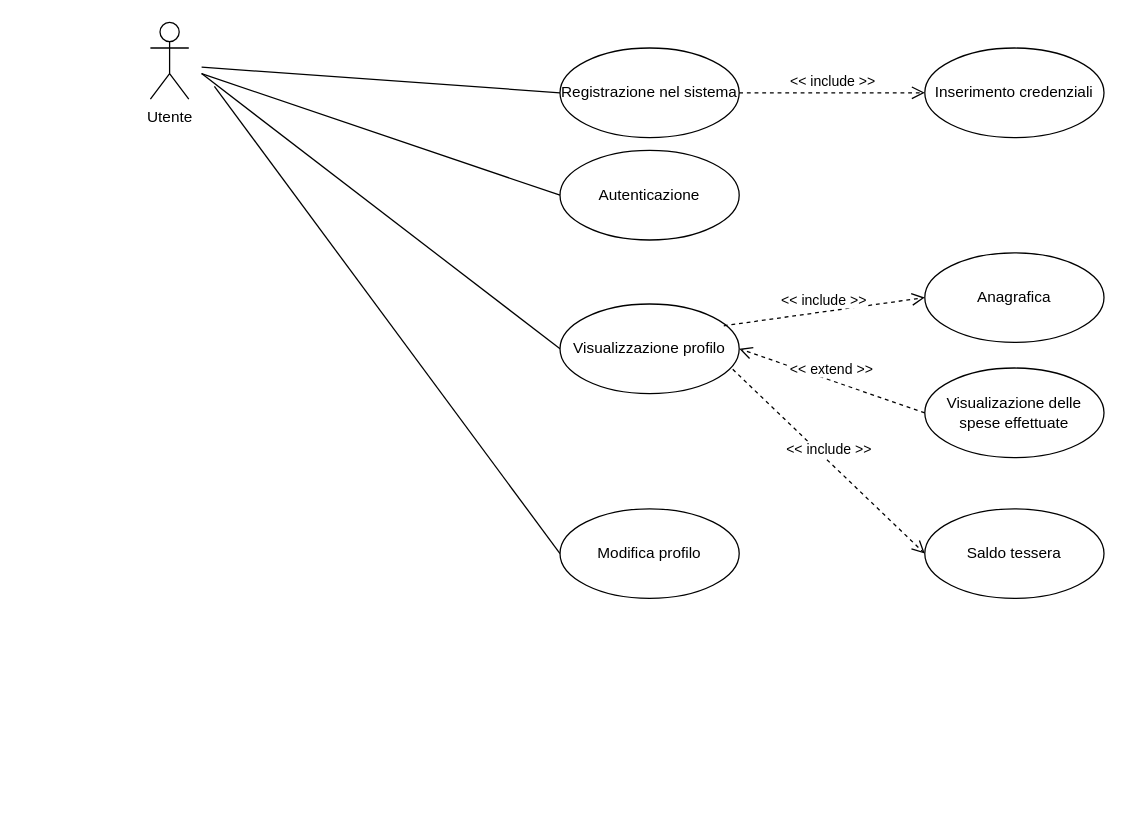
Earlier version of the draw.io diagram UseCaseUtenteGestioneProfilo.drawio (LorenzoMioso/ProgettoIngegneriaDelSoftware). Source tidied: cells renumbered, new cells numbered last; positions are measured from the earlier drawing's top-left corner, leaving out a move shared by most shapes. Both pictures are drawn from the tidied source at 128%, with x=0, y=0 at pixel (150, 22).
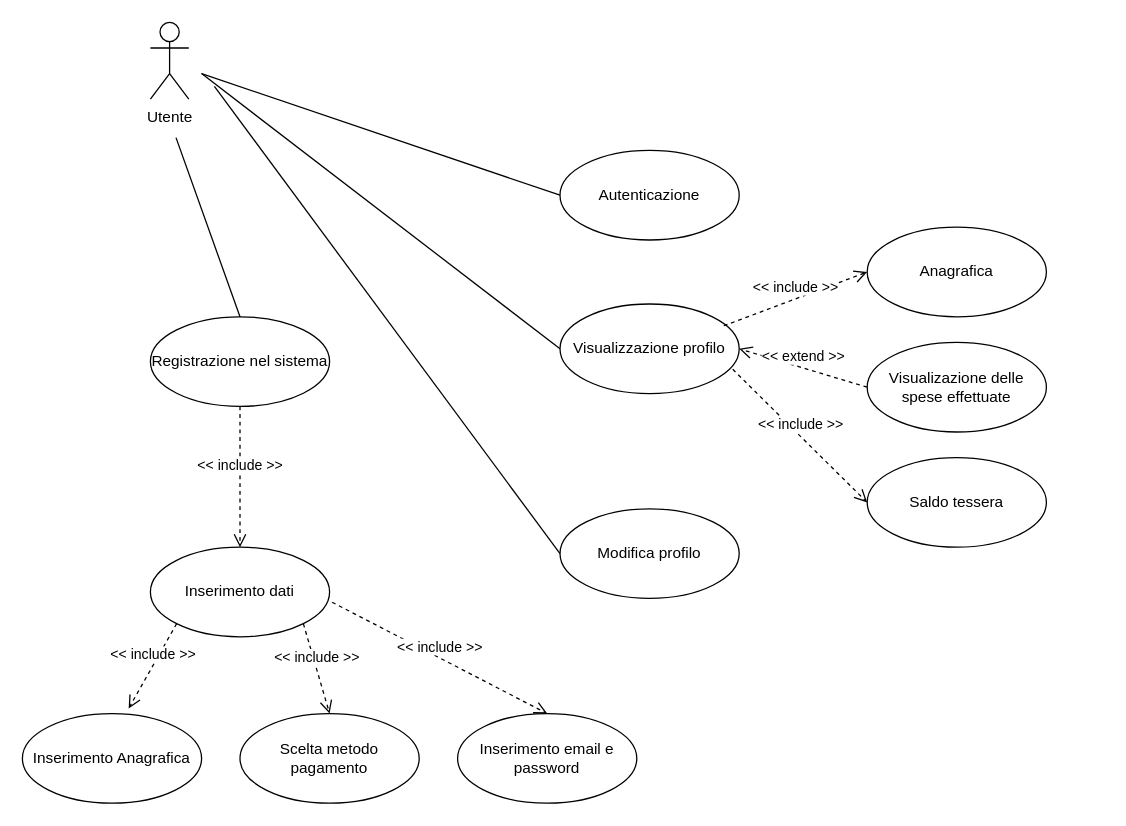
The same diagram, later.

Commit message (it also covers changes not shown here):
aggiornati use case

The edit, as a diff of the source:
```diff
@@
     <mxCell id="2" value="Registrazione nel sistema" style="ellipse;whiteSpace=wrap;html=1;" parent="1" vertex="1">
-      <mxGeometry x="320" y="20" width="140" height="70" as="geometry" />
+      <mxGeometry y="230" width="140" height="70" as="geometry" />
     </mxCell>
@@
     <mxCell id="4" value="Visualizazione delle spese effettuate" style="ellipse;whiteSpace=wrap;html=1;" parent="1" vertex="1">
-      <mxGeometry x="605" y="270" width="140" height="70" as="geometry" />
+      <mxGeometry x="560" y="250" width="140" height="70" as="geometry" />
     </mxCell>
@@
     <mxCell id="7" value="Anagrafica" style="ellipse;whiteSpace=wrap;html=1;" parent="1" vertex="1">
-      <mxGeometry x="605" y="180" width="140" height="70" as="geometry" />
+      <mxGeometry x="560" y="160" width="140" height="70" as="geometry" />
     </mxCell>
     <mxCell id="8" value="Saldo tessera" style="ellipse;whiteSpace=wrap;html=1;" parent="1" vertex="1">
-      <mxGeometry x="605" y="380" width="140" height="70" as="geometry" />
+      <mxGeometry x="560" y="340" width="140" height="70" as="geometry" />
     </mxCell>
@@
-    <mxCell id="11" value="Inserimento credenziali" style="ellipse;whiteSpace=wrap;html=1;" parent="1" vertex="1">
-      <mxGeometry x="605" y="20" width="140" height="70" as="geometry" />
+    <mxCell id="11" value="&lt;div&gt;Inserimento dati&lt;/div&gt;" style="ellipse;whiteSpace=wrap;html=1;" parent="1" vertex="1">
+      <mxGeometry y="410" width="140" height="70" as="geometry" />
     </mxCell>
-    <mxCell id="12" value="&amp;lt;&amp;lt; include &amp;gt;&amp;gt;" style="html=1;verticalAlign=bottom;endArrow=open;dashed=1;endSize=8;entryX=0;entryY=0.5;entryDx=0;entryDy=0;exitX=1;exitY=0.5;exitDx=0;exitDy=0;" parent="1" edge="1" source="2" target="11">
+    <mxCell id="12" value="&amp;lt;&amp;lt; include &amp;gt;&amp;gt;" style="html=1;verticalAlign=bottom;endArrow=open;dashed=1;endSize=8;entryX=0.5;entryY=0;entryDx=0;entryDy=0;exitX=0.5;exitY=1;exitDx=0;exitDy=0;" parent="1" edge="1" source="2" target="11">
       <mxGeometry relative="1" as="geometry" />
     </mxCell>
@@
-    <mxCell id="14" style="endArrow=none;html=1;entryX=0;entryY=0.5;entryDx=0;entryDy=0;" parent="1" edge="1">
+    <mxCell id="14" style="endArrow=none;html=1;entryX=0.5;entryY=0;entryDx=0;entryDy=0;" parent="1" edge="1" target="2">
       <mxGeometry relative="1" as="geometry">
-        <mxPoint x="40" y="35" as="sourcePoint" />
-        <mxPoint x="320" y="55" as="targetPoint" />
+        <mxPoint x="20" y="90" as="sourcePoint" />
       </mxGeometry>
     </mxCell>
@@
+    <mxCell id="19" value="Inserimento Anagrafica" style="ellipse;whiteSpace=wrap;html=1;" parent="1" vertex="1">
+      <mxGeometry x="-100" y="540" width="140" height="70" as="geometry" />
+    </mxCell>
+    <mxCell id="20" value="&lt;div&gt;Scelta metodo pagamento&lt;/div&gt;" style="ellipse;whiteSpace=wrap;html=1;" parent="1" vertex="1">
+      <mxGeometry x="70" y="540" width="140" height="70" as="geometry" />
+    </mxCell>
+    <mxCell id="21" value="&amp;lt;&amp;lt; include &amp;gt;&amp;gt;" style="html=1;verticalAlign=bottom;endArrow=open;dashed=1;endSize=8;entryX=0.593;entryY=-0.057;entryDx=0;entryDy=0;exitX=0;exitY=1;exitDx=0;exitDy=0;entryPerimeter=0;" parent="1" edge="1" source="11" target="19">
+      <mxGeometry relative="1" as="geometry" />
+    </mxCell>
+    <mxCell id="22" value="&amp;lt;&amp;lt; include &amp;gt;&amp;gt;" style="html=1;verticalAlign=bottom;endArrow=open;dashed=1;endSize=8;entryX=0.5;entryY=0;entryDx=0;entryDy=0;exitX=1;exitY=1;exitDx=0;exitDy=0;" parent="1" edge="1" source="11" target="20">
+      <mxGeometry relative="1" as="geometry" />
+    </mxCell>
+    <mxCell id="23" value="&lt;div&gt;Inserimento email e password&lt;/div&gt;" style="ellipse;whiteSpace=wrap;html=1;" parent="1" vertex="1">
+      <mxGeometry x="240" y="540" width="140" height="70" as="geometry" />
+    </mxCell>
+    <mxCell id="24" value="&amp;lt;&amp;lt; include &amp;gt;&amp;gt;" style="html=1;verticalAlign=bottom;endArrow=open;dashed=1;endSize=8;entryX=0.5;entryY=0;entryDx=0;entryDy=0;exitX=1.014;exitY=0.614;exitDx=0;exitDy=0;exitPerimeter=0;" parent="1" edge="1" source="11" target="23">
+      <mxGeometry relative="1" as="geometry" />
+    </mxCell>
```
